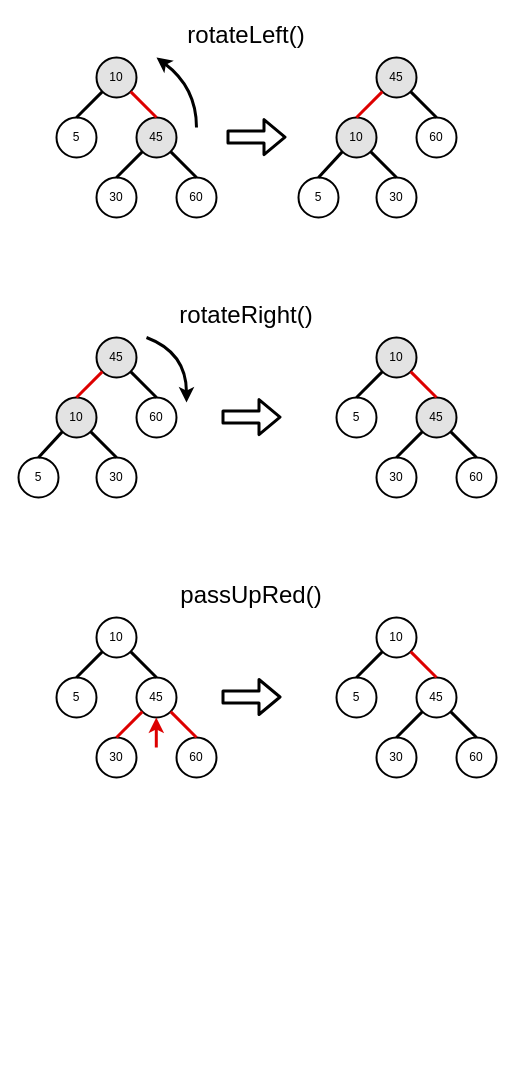
afrut/learn-algorithms keeps this draw.io diagram as img/bst-redBlack-basic-operations.drawio. Above is the earlier version. Source tidied: cells renumbered, new cells numbered last; positions are measured from the earlier drawing's top-left corner, leaving out a move shared by most shapes. Both pictures are drawn from the tidied source at 100%, with x=0, y=0 at pixel (18, 17).
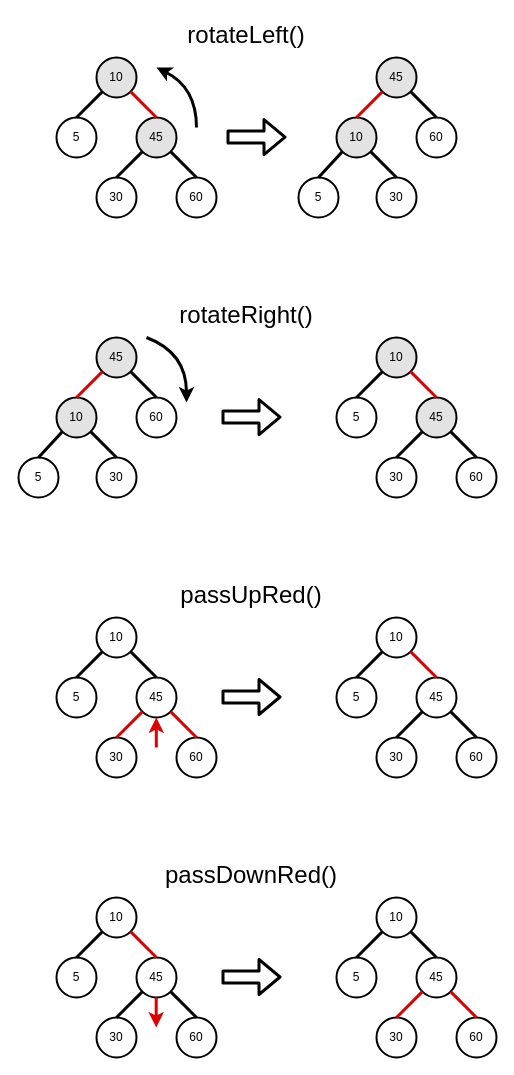
The same diagram, later.

Commit message:
Added image for passDownRed() operation

The edit, as a diff of the source:
```diff
@@
     <mxCell id="21" style="curved=1;endArrow=classic;html=1;strokeColor=#000000;strokeWidth=3;" parent="1" edge="1">
       <mxGeometry relative="1" as="geometry">
         <mxPoint x="178" y="110" as="sourcePoint" />
-        <mxPoint x="138" y="40" as="targetPoint" />
+        <mxPoint x="138" y="50" as="targetPoint" />
         <Array as="points">
           <mxPoint x="178" y="70" />
         </Array>
       </mxGeometry>
     </mxCell>
@@
+    <mxCell id="65" value="&lt;font style=&quot;font-size: 24px&quot;&gt;passDownRed()&lt;/font&gt;" style="text;html=1;fillColor=none;align=center;verticalAlign=middle;whiteSpace=wrap;rounded=0;strokeWidth=1;" parent="1" vertex="1">
+      <mxGeometry x="158" y="840" width="150" height="35" as="geometry" />
+    </mxCell>
+    <mxCell id="66" value="10" style="ellipse;whiteSpace=wrap;html=1;strokeWidth=2;fillColor=#FFFFFF;" parent="1" vertex="1">
+      <mxGeometry x="78" y="880" width="40" height="40" as="geometry" />
+    </mxCell>
+    <mxCell id="67" value="45" style="ellipse;whiteSpace=wrap;html=1;strokeWidth=2;fillColor=#FFFFFF;" parent="1" vertex="1">
+      <mxGeometry x="118" y="940" width="40" height="40" as="geometry" />
+    </mxCell>
+    <mxCell id="68" style="endArrow=none;html=1;exitX=1;exitY=1;exitDx=0;exitDy=0;entryX=0.5;entryY=0;entryDx=0;entryDy=0;endSize=6;startSize=6;jumpSize=6;strokeWidth=3;fillColor=#ffcccc;strokeColor=#DD0000;" parent="1" edge="1" source="66" target="67">
+      <mxGeometry relative="1" as="geometry" />
+    </mxCell>
+    <mxCell id="69" value="5" style="ellipse;whiteSpace=wrap;html=1;strokeWidth=2;" parent="1" vertex="1">
+      <mxGeometry x="38" y="940" width="40" height="40" as="geometry" />
+    </mxCell>
+    <mxCell id="70" style="endArrow=none;html=1;exitX=0;exitY=1;exitDx=0;exitDy=0;entryX=0.5;entryY=0;entryDx=0;entryDy=0;endSize=6;startSize=6;jumpSize=6;strokeWidth=3;" parent="1" edge="1" source="66" target="69">
+      <mxGeometry relative="1" as="geometry" />
+    </mxCell>
+    <mxCell id="71" value="60" style="ellipse;whiteSpace=wrap;html=1;strokeWidth=2;" parent="1" vertex="1">
+      <mxGeometry x="158" y="1000" width="40" height="40" as="geometry" />
+    </mxCell>
+    <mxCell id="72" style="endArrow=none;html=1;entryX=0.5;entryY=0;entryDx=0;entryDy=0;endSize=6;startSize=6;jumpSize=6;strokeWidth=3;fillColor=#ffcccc;exitX=1;exitY=1;exitDx=0;exitDy=0;" parent="1" edge="1" source="67" target="71">
+      <mxGeometry relative="1" as="geometry" />
+    </mxCell>
+    <mxCell id="73" value="30" style="ellipse;whiteSpace=wrap;html=1;strokeWidth=2;" parent="1" vertex="1">
+      <mxGeometry x="78" y="1000" width="40" height="40" as="geometry" />
+    </mxCell>
+    <mxCell id="74" style="endArrow=none;html=1;exitX=0;exitY=1;exitDx=0;exitDy=0;entryX=0.5;entryY=0;entryDx=0;entryDy=0;endSize=6;startSize=6;jumpSize=6;strokeWidth=3;" parent="1" edge="1" source="67" target="73">
+      <mxGeometry relative="1" as="geometry" />
+    </mxCell>
+    <mxCell id="75" style="shape=flexArrow;endArrow=classic;html=1;strokeColor=#000000;strokeWidth=3;" parent="1" edge="1">
+      <mxGeometry relative="1" as="geometry">
+        <mxPoint x="203" y="959.5" as="sourcePoint" />
+        <mxPoint x="263" y="959.5" as="targetPoint" />
+      </mxGeometry>
+    </mxCell>
+    <mxCell id="76" value="10" style="ellipse;whiteSpace=wrap;html=1;strokeWidth=2;fillColor=#FFFFFF;" parent="1" vertex="1">
+      <mxGeometry x="358" y="880" width="40" height="40" as="geometry" />
+    </mxCell>
+    <mxCell id="77" value="45" style="ellipse;whiteSpace=wrap;html=1;strokeWidth=2;fillColor=#FFFFFF;" parent="1" vertex="1">
+      <mxGeometry x="398" y="940" width="40" height="40" as="geometry" />
+    </mxCell>
+    <mxCell id="78" style="endArrow=none;html=1;exitX=1;exitY=1;exitDx=0;exitDy=0;entryX=0.5;entryY=0;entryDx=0;entryDy=0;endSize=6;startSize=6;jumpSize=6;strokeWidth=3;fillColor=#ffcccc;" parent="1" edge="1" source="76" target="77">
+      <mxGeometry relative="1" as="geometry" />
+    </mxCell>
+    <mxCell id="79" value="5" style="ellipse;whiteSpace=wrap;html=1;strokeWidth=2;" parent="1" vertex="1">
+      <mxGeometry x="318" y="940" width="40" height="40" as="geometry" />
+    </mxCell>
+    <mxCell id="80" style="endArrow=none;html=1;exitX=0;exitY=1;exitDx=0;exitDy=0;entryX=0.5;entryY=0;entryDx=0;entryDy=0;endSize=6;startSize=6;jumpSize=6;strokeWidth=3;" parent="1" edge="1" source="76" target="79">
+      <mxGeometry relative="1" as="geometry" />
+    </mxCell>
+    <mxCell id="81" value="60" style="ellipse;whiteSpace=wrap;html=1;strokeWidth=2;" parent="1" vertex="1">
+      <mxGeometry x="438" y="1000" width="40" height="40" as="geometry" />
+    </mxCell>
+    <mxCell id="82" style="endArrow=none;html=1;entryX=0.5;entryY=0;entryDx=0;entryDy=0;endSize=6;startSize=6;jumpSize=6;strokeWidth=3;fillColor=#ffcccc;exitX=1;exitY=1;exitDx=0;exitDy=0;strokeColor=#DD0000;" parent="1" edge="1" source="77" target="81">
+      <mxGeometry relative="1" as="geometry" />
+    </mxCell>
+    <mxCell id="83" value="30" style="ellipse;whiteSpace=wrap;html=1;strokeWidth=2;" parent="1" vertex="1">
+      <mxGeometry x="358" y="1000" width="40" height="40" as="geometry" />
+    </mxCell>
+    <mxCell id="84" style="endArrow=none;html=1;exitX=0;exitY=1;exitDx=0;exitDy=0;entryX=0.5;entryY=0;entryDx=0;entryDy=0;endSize=6;startSize=6;jumpSize=6;strokeWidth=3;strokeColor=#DD0000;" parent="1" edge="1" source="77" target="83">
+      <mxGeometry relative="1" as="geometry" />
+    </mxCell>
+    <mxCell id="85" style="endArrow=classic;html=1;strokeWidth=3;strokeColor=#DD0000;entryX=0.5;entryY=0;entryDx=0;entryDy=0;" parent="1" edge="1">
+      <mxGeometry relative="1" as="geometry">
+        <mxPoint x="137.7" y="980" as="sourcePoint" />
+        <mxPoint x="137.7" y="1010" as="targetPoint" />
+      </mxGeometry>
+    </mxCell>
```
